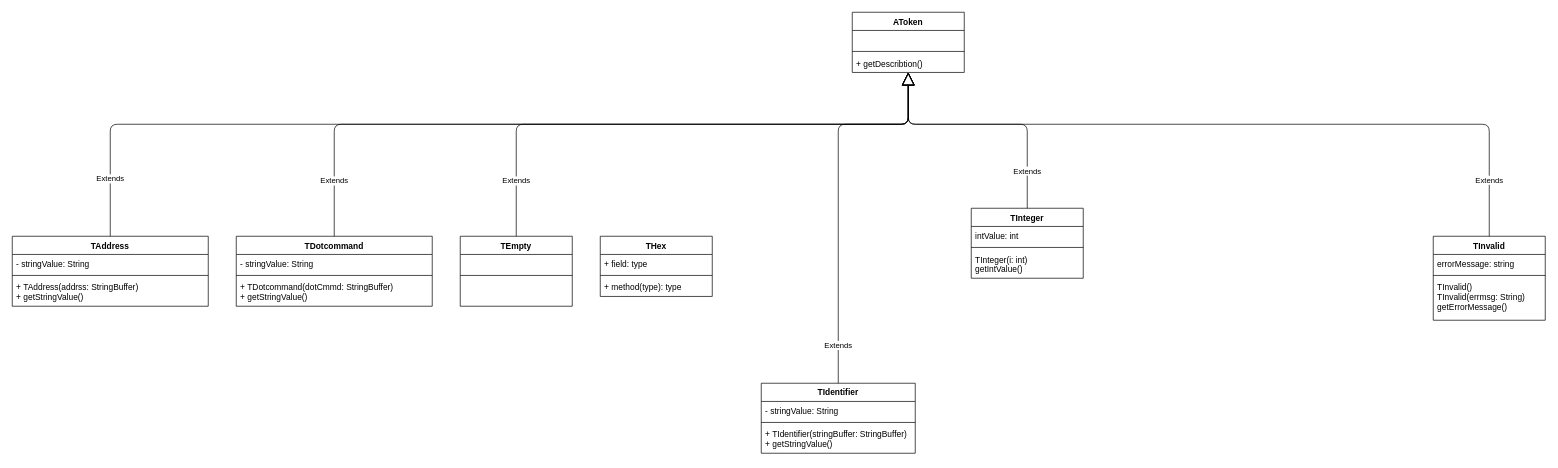
Before: docs/diagrams/AToken UML.drawio in zackthomas1/Pep9Assembler, a draw.io diagram. Source tidied: cells renumbered, new cells numbered last; positions are measured from the earlier drawing's top-left corner, leaving out a move shared by most shapes. Both pictures are drawn from the tidied source at 70%, with x=0, y=0 at pixel (12, 12).
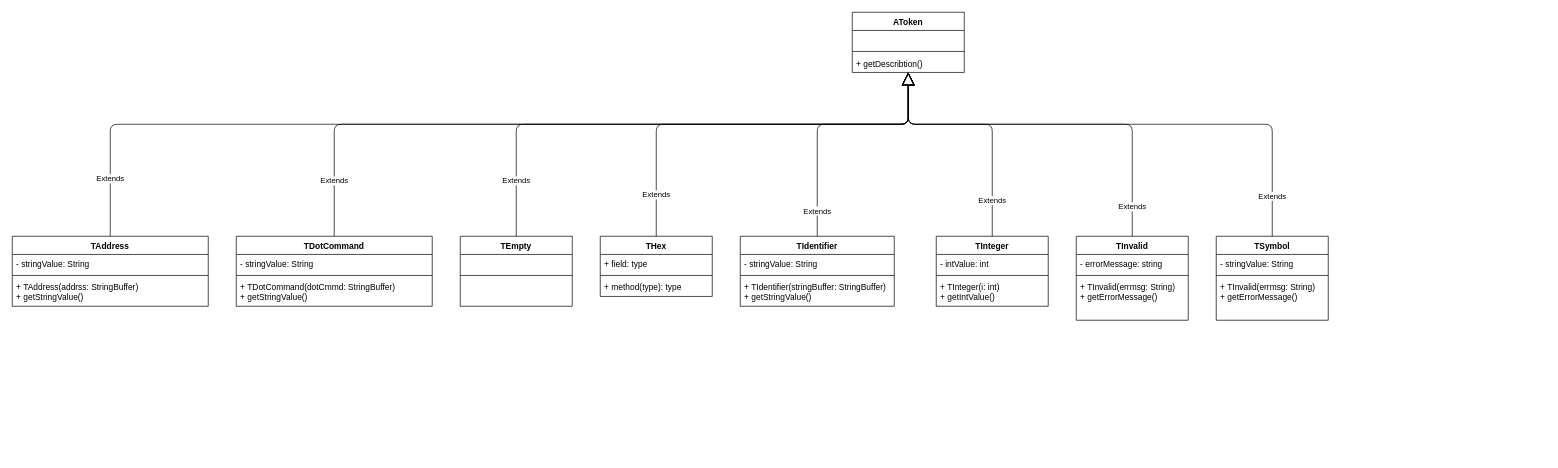
The same diagram, later.

Unchanged cells that the change refers to:
```xml
<mxCell id="9" value="+ getDescribtion()" style="text;strokeColor=none;fillColor=none;align=left;verticalAlign=top;spacingLeft=4;spacingRight=4;overflow=hidden;points=[[0,0.5],[1,0.5]];portConstraint=eastwest;" parent="6" vertex="1">
  <mxGeometry y="60" width="160" height="26" as="geometry" />
</mxCell>
```

Diff of the diagram source:
```diff
@@
     <mxCell id="2" value="TInteger" style="swimlane;fontStyle=1;align=center;verticalAlign=top;horizontal=1;startSize=26;" parent="1" vertex="1">
-      <mxGeometry x="1370" y="280" width="160" height="100" as="geometry" />
+      <mxGeometry x="1320" y="320" width="160" height="100" as="geometry" />
     </mxCell>
-    <mxCell id="3" value="intValue: int" style="text;strokeColor=none;fillColor=none;align=left;verticalAlign=top;spacingLeft=4;spacingRight=4;overflow=hidden;" parent="2" vertex="1">
+    <mxCell id="3" value="- intValue: int" style="text;strokeColor=none;fillColor=none;align=left;verticalAlign=top;spacingLeft=4;spacingRight=4;overflow=hidden;" parent="2" vertex="1">
       <mxGeometry y="26" width="160" height="26" as="geometry" />
     </mxCell>
@@
-    <mxCell id="5" value="TInteger(i: int)&#10;getIntValue()" style="text;strokeColor=none;fillColor=none;align=left;verticalAlign=top;spacingLeft=4;spacingRight=4;overflow=hidden;" parent="2" vertex="1">
+    <mxCell id="5" value="+ TInteger(i: int)&#10;+ getIntValue()" style="text;strokeColor=none;fillColor=none;align=left;verticalAlign=top;spacingLeft=4;spacingRight=4;overflow=hidden;" parent="2" vertex="1">
       <mxGeometry y="60" width="160" height="40" as="geometry" />
     </mxCell>
@@
     <mxCell id="10" value="Extends" style="endArrow=block;endSize=16;endFill=0;html=1;exitX=0.5;exitY=0;exitDx=0;exitDy=0;" parent="1" edge="1" source="2" target="9">
       <mxGeometry x="-0.71" relative="1" as="geometry">
         <Array as="points">
-          <mxPoint x="1450" y="160" />
+          <mxPoint x="1400" y="160" />
           <mxPoint x="1280" y="160" />
         </Array>
       </mxGeometry>
     </mxCell>
@@
     <mxCell id="17" value="TIdentifier" style="swimlane;fontStyle=1;align=center;verticalAlign=top;horizontal=1;startSize=26;" parent="1" vertex="1">
-      <mxGeometry x="1070" y="530" width="220" height="100" as="geometry" />
+      <mxGeometry x="1040" y="320" width="220" height="100" as="geometry" />
     </mxCell>
@@
     <mxCell id="21" value="Extends" style="endArrow=block;endSize=16;endFill=0;html=1;exitX=0.5;exitY=0;exitDx=0;exitDy=0;" parent="1" edge="1" source="17" target="9">
       <mxGeometry x="-0.8" relative="1" as="geometry">
         <Array as="points">
-          <mxPoint x="1180" y="160" />
+          <mxPoint x="1150" y="160" />
           <mxPoint x="1280" y="160" />
         </Array>
       </mxGeometry>
     </mxCell>
     <mxCell id="22" value="TInvalid" style="swimlane;fontStyle=1;align=center;verticalAlign=top;horizontal=1;startSize=26;" parent="1" vertex="1">
-      <mxGeometry x="2030" y="320" width="160" height="120" as="geometry" />
+      <mxGeometry x="1520" y="320" width="160" height="120" as="geometry" />
     </mxCell>
-    <mxCell id="23" value="errorMessage: string" style="text;strokeColor=none;fillColor=none;align=left;verticalAlign=top;spacingLeft=4;spacingRight=4;overflow=hidden;" parent="22" vertex="1">
+    <mxCell id="23" value="- errorMessage: string" style="text;strokeColor=none;fillColor=none;align=left;verticalAlign=top;spacingLeft=4;spacingRight=4;overflow=hidden;" parent="22" vertex="1">
       <mxGeometry y="26" width="160" height="26" as="geometry" />
     </mxCell>
@@
-    <mxCell id="25" value="TInvalid()&#10;TInvalid(errmsg: String)&#10;getErrorMessage()&#10;" style="text;strokeColor=none;fillColor=none;align=left;verticalAlign=top;spacingLeft=4;spacingRight=4;overflow=hidden;" parent="22" vertex="1">
+    <mxCell id="25" value="+ TInvalid(errmsg: String)&#10;+ getErrorMessage()&#10;" style="text;strokeColor=none;fillColor=none;align=left;verticalAlign=top;spacingLeft=4;spacingRight=4;overflow=hidden;" parent="22" vertex="1">
       <mxGeometry y="60" width="160" height="60" as="geometry" />
     </mxCell>
     <mxCell id="26" value="Extends" style="endArrow=block;endSize=16;endFill=0;html=1;exitX=0.5;exitY=0;exitDx=0;exitDy=0;" parent="1" edge="1" source="22" target="9">
       <mxGeometry x="-0.85" relative="1" as="geometry">
         <Array as="points">
-          <mxPoint x="2110" y="160" />
+          <mxPoint x="1600" y="160" />
           <mxPoint x="1280" y="160" />
         </Array>
       </mxGeometry>
     </mxCell>
-    <mxCell id="27" value="TDotcommand" style="swimlane;fontStyle=1;align=center;verticalAlign=top;horizontal=1;startSize=26;" parent="1" vertex="1">
+    <mxCell id="27" value="TDotCommand" style="swimlane;fontStyle=1;align=center;verticalAlign=top;horizontal=1;startSize=26;" parent="1" vertex="1">
       <mxGeometry x="320" y="320" width="280" height="100" as="geometry" />
     </mxCell>
@@
-    <mxCell id="30" value="+ TDotcommand(dotCmmd: StringBuffer)&#10;+ getStringValue()" style="text;strokeColor=none;fillColor=none;align=left;verticalAlign=top;spacingLeft=4;spacingRight=4;overflow=hidden;" parent="27" vertex="1">
+    <mxCell id="30" value="+ TDotCommand(dotCmmd: StringBuffer)&#10;+ getStringValue()" style="text;strokeColor=none;fillColor=none;align=left;verticalAlign=top;spacingLeft=4;spacingRight=4;overflow=hidden;" parent="27" vertex="1">
       <mxGeometry y="60" width="280" height="40" as="geometry" />
     </mxCell>
@@
+    <mxCell id="40" value="Extends" style="endArrow=block;endSize=16;endFill=0;html=1;exitX=0.5;exitY=0;exitDx=0;exitDy=0;" parent="1" edge="1" target="9">
+      <mxGeometry x="-0.8" relative="1" as="geometry">
+        <mxPoint x="920" y="320" as="sourcePoint" />
+        <Array as="points">
+          <mxPoint x="920" y="160" />
+          <mxPoint x="1280" y="160" />
+        </Array>
+      </mxGeometry>
+    </mxCell>
+    <mxCell id="41" value="TSymbol" style="swimlane;fontStyle=1;align=center;verticalAlign=top;horizontal=1;startSize=26;" parent="1" vertex="1">
+      <mxGeometry x="1720" y="320" width="160" height="120" as="geometry" />
+    </mxCell>
+    <mxCell id="42" value="- stringValue: String" style="text;strokeColor=none;fillColor=none;align=left;verticalAlign=top;spacingLeft=4;spacingRight=4;overflow=hidden;" parent="41" vertex="1">
+      <mxGeometry y="26" width="160" height="26" as="geometry" />
+    </mxCell>
+    <mxCell id="43" style="line;strokeWidth=1;fillColor=none;align=left;verticalAlign=middle;spacingTop=-1;spacingLeft=3;spacingRight=3;labelPosition=right;" parent="41" vertex="1">
+      <mxGeometry y="52" width="160" height="8" as="geometry" />
+    </mxCell>
+    <mxCell id="44" value="+ TInvalid(errmsg: String)&#10;+ getErrorMessage()&#10;" style="text;strokeColor=none;fillColor=none;align=left;verticalAlign=top;spacingLeft=4;spacingRight=4;overflow=hidden;" parent="41" vertex="1">
+      <mxGeometry y="60" width="160" height="60" as="geometry" />
+    </mxCell>
+    <mxCell id="45" value="Extends" style="endArrow=block;endSize=16;endFill=0;html=1;exitX=0.5;exitY=0;exitDx=0;exitDy=0;" parent="1" edge="1" source="41" target="9">
+      <mxGeometry x="-0.85" relative="1" as="geometry">
+        <Array as="points">
+          <mxPoint x="1800" y="160" />
+          <mxPoint x="1280" y="160" />
+        </Array>
+      </mxGeometry>
+    </mxCell>
```
